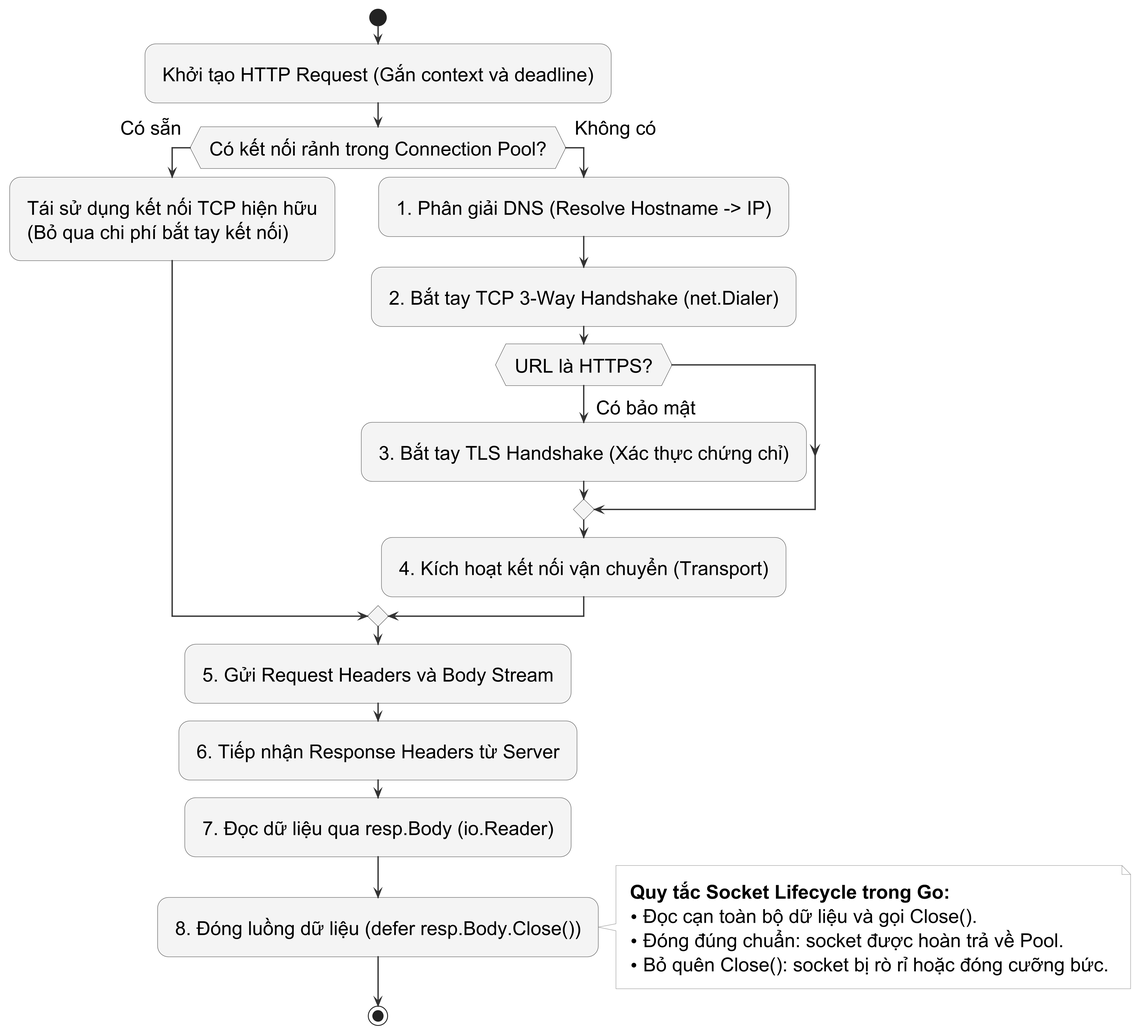
This is assets/diagrams/http-client-request-path.png from Minhlike/Golang, a PlantUML export, as it was before one commit.
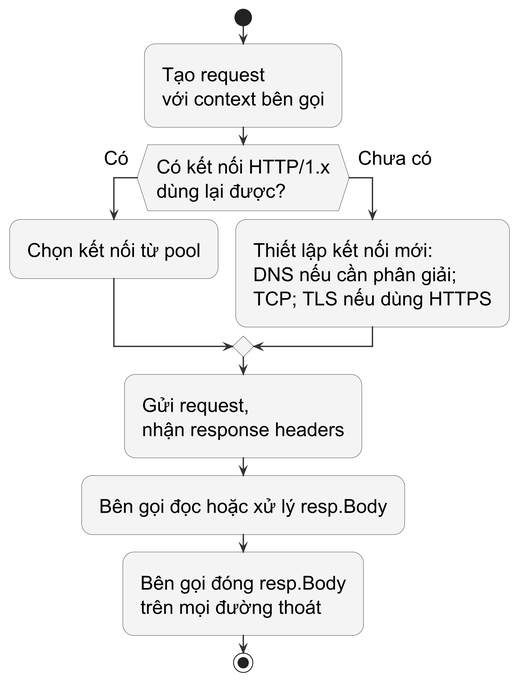
Above is the later version.

Diff of the diagram source:
```diff
@@ -2,31 +2,14 @@
 !include publication-flow.iuml
 
 start
-
-:Khởi tạo HTTP Request (Gắn context và deadline);
-
-if (Có kết nối rảnh trong Connection Pool?) then (Có sẵn)
-  :Tái sử dụng kết nối TCP hiện hữu\n(Bỏ qua chi phí bắt tay kết nối);
-else (Không có)
-  :1. Phân giải DNS (Resolve Hostname -> IP);
-  :2. Bắt tay TCP 3-Way Handshake (net.Dialer);
-  if (URL là HTTPS?) then (Có bảo mật)
-    :3. Bắt tay TLS Handshake (Xác thực chứng chỉ);
-  endif
-  :4. Kích hoạt kết nối vận chuyển (Transport);
+:Tạo request\nvới context bên gọi;
+if (Có kết nối HTTP/1.x\ndùng lại được?) then (Có)
+  :Chọn kết nối từ pool;
+else (Chưa có)
+  :Thiết lập kết nối mới:\nDNS nếu cần phân giải;\nTCP; TLS nếu dùng HTTPS;
 endif
-
-:5. Gửi Request Headers và Body Stream;
-:6. Tiếp nhận Response Headers từ Server;
-:7. Đọc dữ liệu qua resp.Body (io.Reader);
-:8. Đóng luồng dữ liệu (defer resp.Body.Close());
-
-note right
-  <b>Quy tắc Socket Lifecycle trong Go:</b>
-  • Đọc cạn toàn bộ dữ liệu và gọi Close().
-  • Đóng đúng chuẩn: socket được hoàn trả về Pool.
-  • Bỏ quên Close(): socket bị rò rỉ hoặc đóng cưỡng bức.
-end note
-
+:Gửi request,\nnhận response headers;
+:Bên gọi đọc hoặc xử lý resp.Body;
+:Bên gọi đóng resp.Body\ntrên mọi đường thoát;
 stop
 @enduml
```
